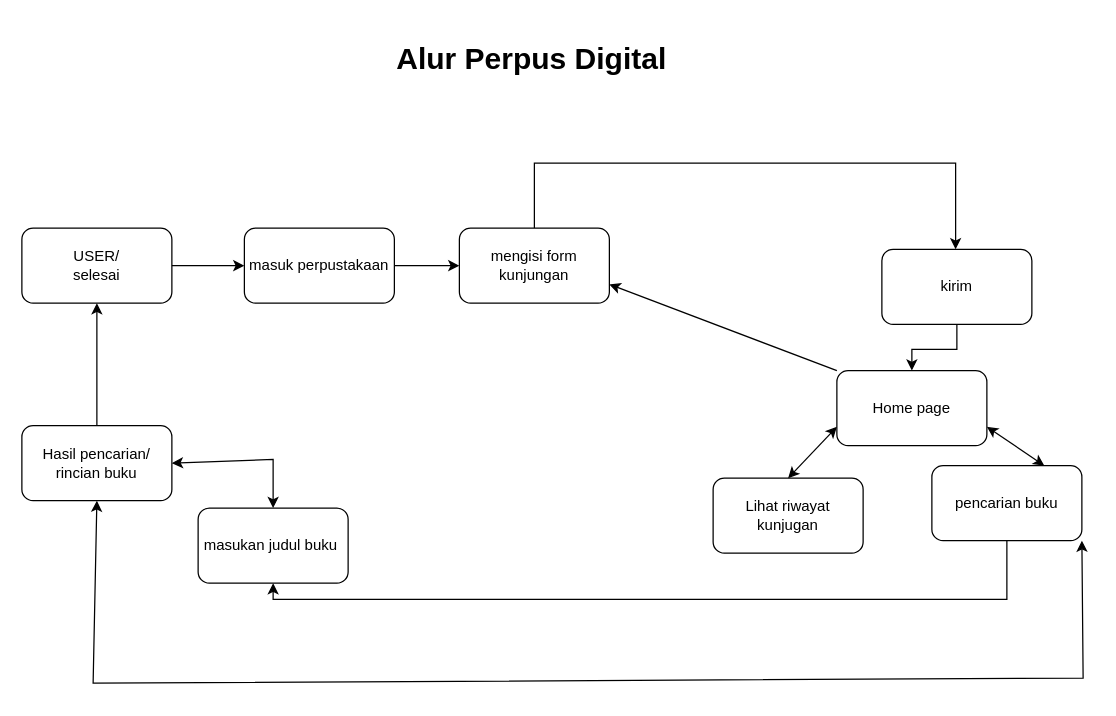
Earlier version of the draw.io diagram Alur-perpus-Digital.drawio (FahrulNa/Alur-Perpus-Digital). Source tidied: cells renumbered, new cells numbered last; positions are measured from the earlier drawing's top-left corner, leaving out a move shared by most shapes. Both pictures are drawn from the tidied source at 125%, with x=0, y=0 at pixel (21, 34).
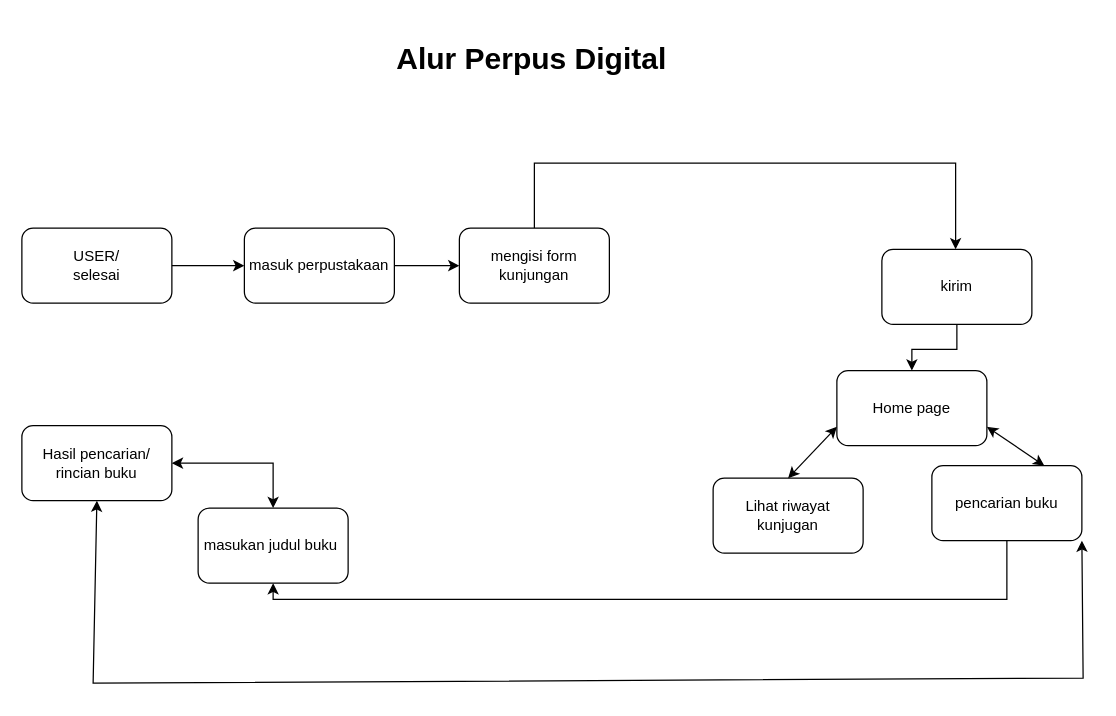
After the change.

The change refers to these unchanged cells:
```xml
<mxCell id="2" value="USER/&lt;br&gt;selesai" style="rounded=1;whiteSpace=wrap;html=1;" parent="1" vertex="1">
  <mxGeometry y="155" width="120" height="60" as="geometry" />
</mxCell>
<mxCell id="5" value="mengisi form kunjungan" style="rounded=1;whiteSpace=wrap;html=1;" parent="1" vertex="1">
  <mxGeometry x="350" y="155" width="120" height="60" as="geometry" />
</mxCell>
<mxCell id="13" value="masukan judul buku&amp;nbsp;" style="rounded=1;whiteSpace=wrap;html=1;" parent="1" vertex="1">
  <mxGeometry x="141" y="379" width="120" height="60" as="geometry" />
</mxCell>
<mxCell id="14" value="Hasil pencarian/&lt;br&gt;rincian buku" style="rounded=1;whiteSpace=wrap;html=1;" parent="1" vertex="1">
  <mxGeometry y="313" width="120" height="60" as="geometry" />
</mxCell>
<mxCell id="18" value="Home page" style="whiteSpace=wrap;html=1;rounded=1;" parent="1" vertex="1">
  <mxGeometry x="652" y="269" width="120" height="60" as="geometry" />
</mxCell>
```

What changed in the source:
```diff
@@
-    <mxCell id="16" style="endArrow=classic;html=1;rounded=0;entryX=0.5;entryY=1;entryDx=0;entryDy=0;exitX=0.5;exitY=0;exitDx=0;exitDy=0;" parent="1" edge="1" source="14" target="2">
-      <mxGeometry relative="1" as="geometry" />
-    </mxCell>
@@
-    <mxCell id="19" style="endArrow=classic;html=1;rounded=0;entryX=1;entryY=0.75;entryDx=0;entryDy=0;exitX=0;exitY=0;exitDx=0;exitDy=0;" parent="1" edge="1" source="18" target="5">
-      <mxGeometry relative="1" as="geometry" />
-    </mxCell>
@@
     <mxCell id="22" style="endArrow=classic;startArrow=classic;html=1;rounded=0;exitX=1;exitY=0.5;exitDx=0;exitDy=0;entryX=0.5;entryY=0;entryDx=0;entryDy=0;" parent="1" edge="1" source="14" target="13">
       <mxGeometry relative="1" as="geometry">
         <Array as="points">
-          <mxPoint x="201" y="340" />
+          <mxPoint x="201" y="343" />
         </Array>
       </mxGeometry>
     </mxCell>
```
